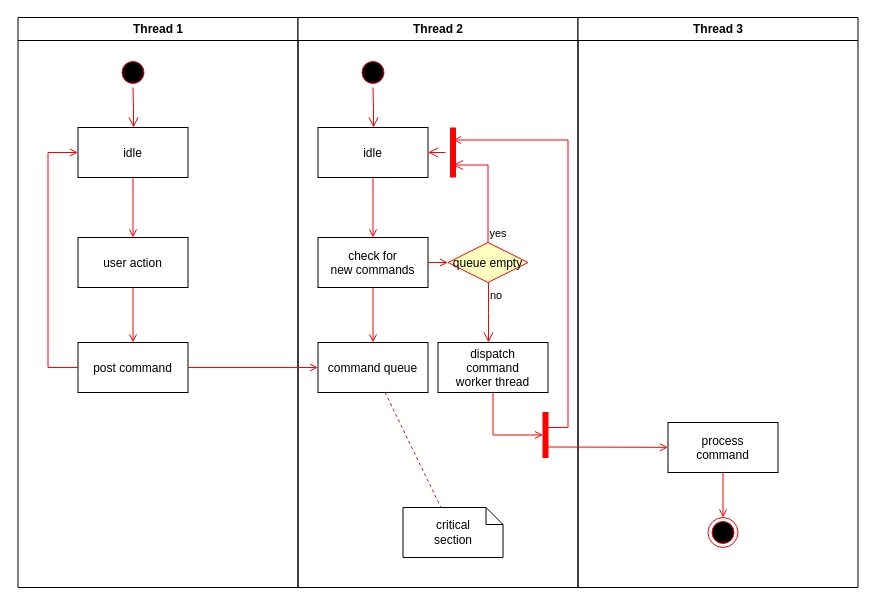
Above: IoT/Untitled Diagram.drawio in woorim1022/TIL (draw.io), before the change. Source tidied: cells renumbered, new cells numbered last; positions are measured from the earlier drawing's top-left corner, leaving out a move shared by most shapes. Both pictures are drawn from the tidied source at 100%, with x=0, y=0 at pixel (17, 17).
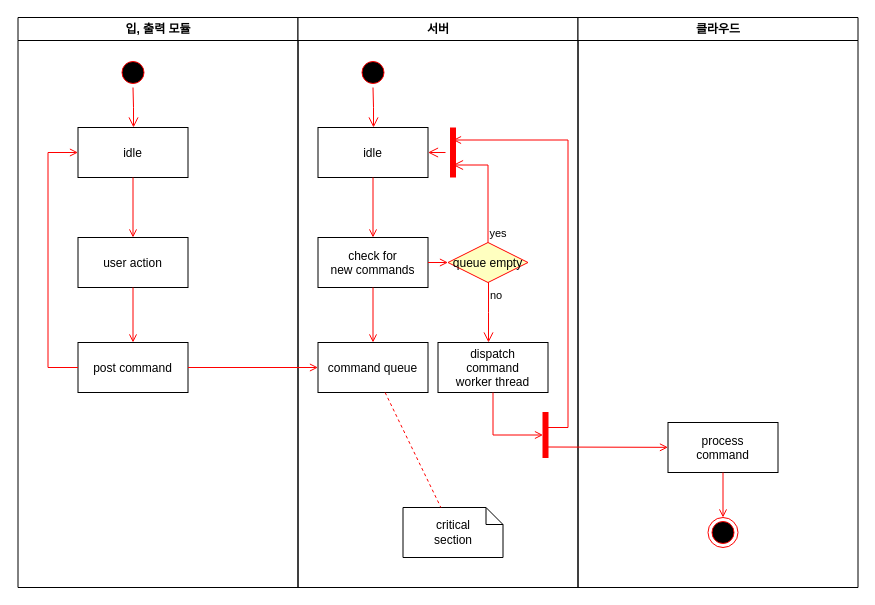
The same page after the edit.

The edit, as a diff of the source:
```diff
@@
-    <mxCell id="2" value="Thread 1" style="swimlane;whiteSpace=wrap;" parent="1" vertex="1">
+    <mxCell id="2" value="입, 출력 모듈" style="swimlane;whiteSpace=wrap;" parent="1" vertex="1">
       <mxGeometry x="0.5" width="280" height="570" as="geometry" />
     </mxCell>
@@
-    <mxCell id="11" value="Thread 2" style="swimlane;whiteSpace=wrap;" parent="1" vertex="1">
+    <mxCell id="11" value="서버" style="swimlane;whiteSpace=wrap;startSize=23;" parent="1" vertex="1">
       <mxGeometry x="280.5" width="280" height="570" as="geometry" />
     </mxCell>
@@
-    <mxCell id="30" value="Thread 3" style="swimlane;whiteSpace=wrap;" parent="1" vertex="1">
+    <mxCell id="30" value="클라우드" style="swimlane;whiteSpace=wrap;" parent="1" vertex="1">
       <mxGeometry x="560.5" width="280" height="570" as="geometry" />
     </mxCell>
```
